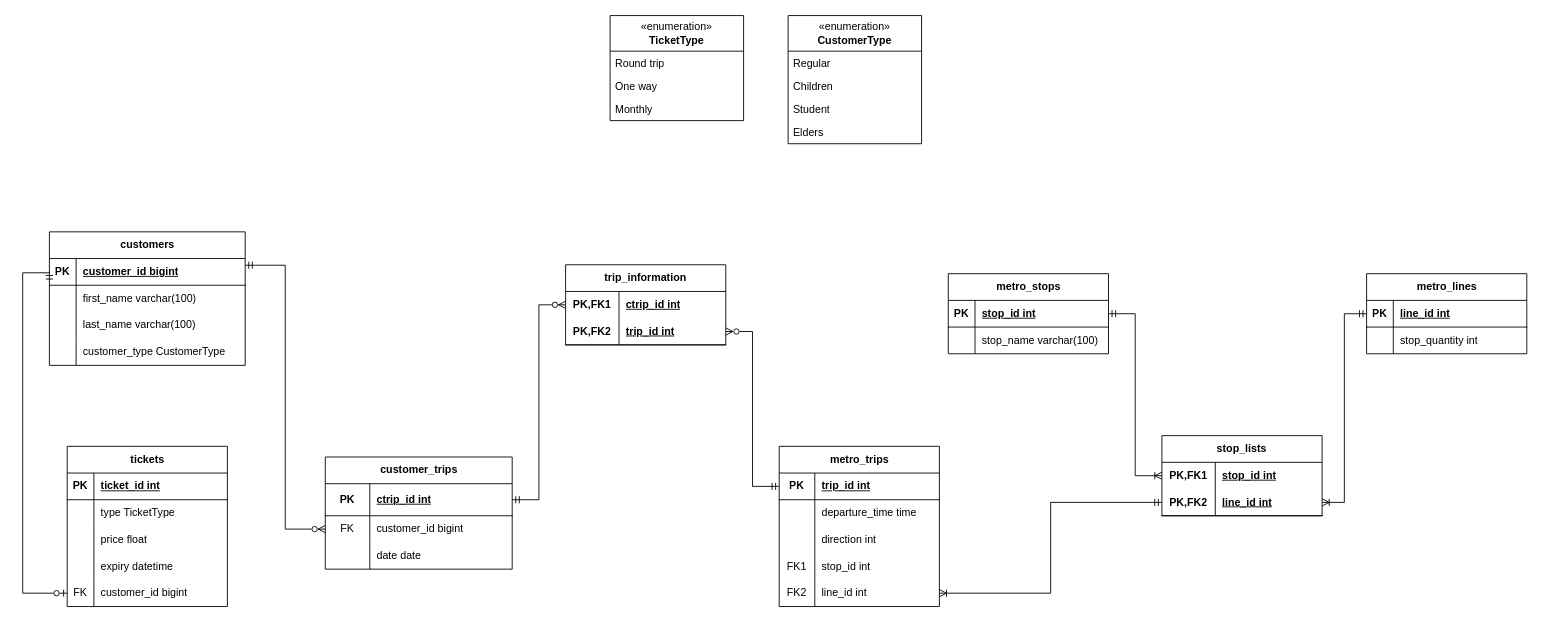
Above: page "ER" (2 of 3) of metro_project.drawio in emochivo/the_metro_project (draw.io), before the change. Source tidied: cells renumbered, new cells numbered last; positions are measured from the earlier drawing's top-left corner, leaving out a move shared by most shapes. Both pictures are drawn from the tidied source at 89%, with x=0, y=0 at pixel (22, 15).
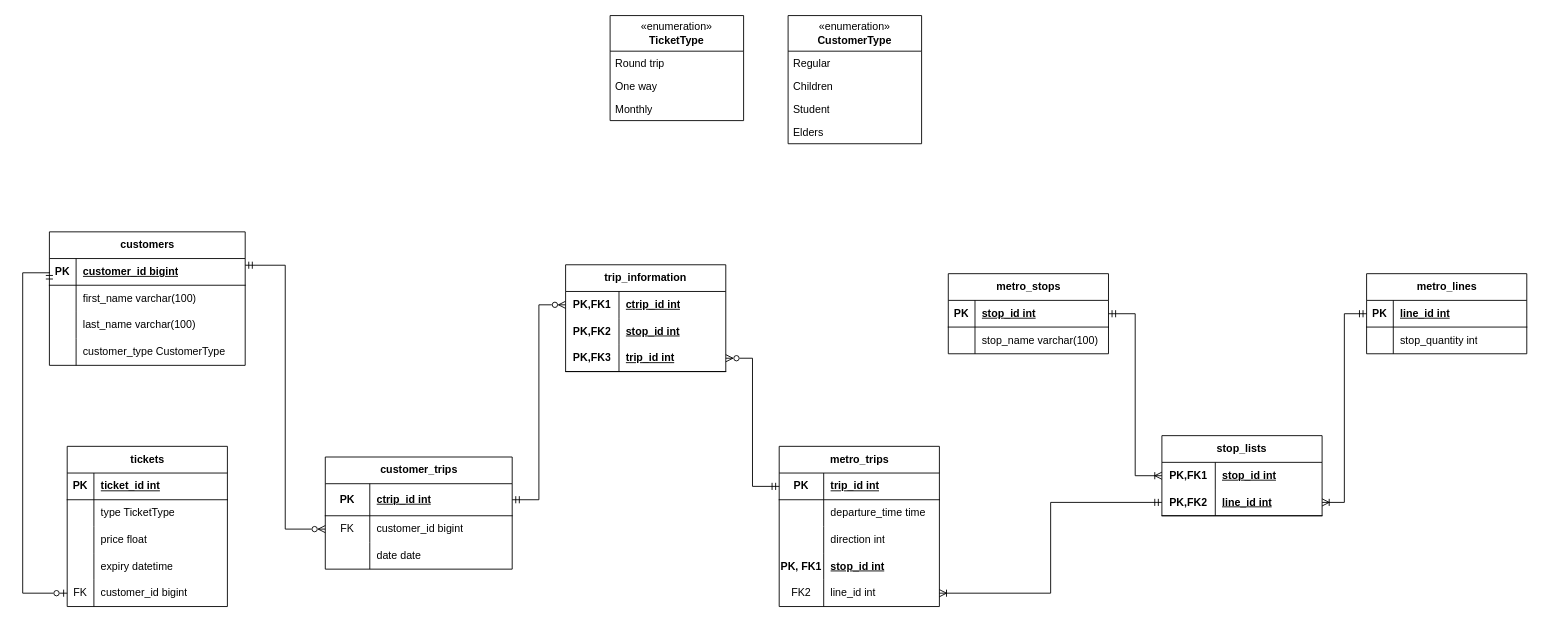
After the change.

Unchanged cells that the change refers to:
```xml
<mxCell id="42" style="shape=tableRow;horizontal=0;startSize=0;swimlaneHead=0;swimlaneBody=0;fillColor=none;points=[[0,0.5],[1,0.5]];portConstraint=eastwest;top=0;left=0;right=0;bottom=1;" parent="41" vertex="1">
  <mxGeometry y="30" width="180" height="30" as="geometry" />
</mxCell>
<mxCell id="45" style="shape=tableRow;horizontal=0;startSize=0;swimlaneHead=0;swimlaneBody=0;fillColor=none;top=0;left=0;right=0;bottom=0;" parent="41" vertex="1">
  <mxGeometry y="60" width="180" height="30" as="geometry" />
</mxCell>
<mxCell id="48" style="shape=tableRow;horizontal=0;startSize=0;swimlaneHead=0;swimlaneBody=0;fillColor=none;top=0;left=0;right=0;bottom=0;" parent="41" vertex="1">
  <mxGeometry y="90" width="180" height="30" as="geometry" />
</mxCell>
<mxCell id="51" style="shape=tableRow;horizontal=0;startSize=0;swimlaneHead=0;swimlaneBody=0;fillColor=none;top=0;left=0;right=0;bottom=0;" parent="41" vertex="1">
  <mxGeometry y="120" width="180" height="30" as="geometry" />
</mxCell>
<mxCell id="54" style="shape=tableRow;horizontal=0;startSize=0;swimlaneHead=0;swimlaneBody=0;fillColor=none;points=[[0,0.5],[1,0.5]];portConstraint=eastwest;top=0;left=0;right=0;bottom=0;" parent="41" vertex="1">
  <mxGeometry y="150" width="180" height="30" as="geometry" />
</mxCell>
```

Diff of the diagram source:
```diff
@@
     <mxCell id="43" value="PK" style="shape=partialRectangle;fillColor=none;top=0;left=0;bottom=0;right=0;fontStyle=1;overflow=hidden;whiteSpace=wrap;html=1;" parent="42" vertex="1">
-      <mxGeometry width="40" height="30" as="geometry" />
+      <mxGeometry width="50" height="30" as="geometry" />
     </mxCell>
     <mxCell id="44" value="trip_id int" style="shape=partialRectangle;fillColor=none;top=0;left=0;bottom=0;right=0;align=left;spacingLeft=6;fontStyle=5;overflow=hidden;whiteSpace=wrap;html=1;" parent="42" vertex="1">
-      <mxGeometry x="40" width="140" height="30" as="geometry" />
+      <mxGeometry x="50" width="130" height="30" as="geometry" />
     </mxCell>
@@
     <mxCell id="46" style="shape=partialRectangle;fillColor=none;top=0;left=0;bottom=0;right=0;overflow=hidden;whiteSpace=wrap;html=1;" parent="45" vertex="1">
-      <mxGeometry width="40" height="30" as="geometry" />
+      <mxGeometry width="50" height="30" as="geometry" />
     </mxCell>
     <mxCell id="47" value="departure_time time" style="shape=partialRectangle;fillColor=none;top=0;left=0;bottom=0;right=0;align=left;spacingLeft=6;overflow=hidden;whiteSpace=wrap;html=1;" parent="45" vertex="1">
-      <mxGeometry x="40" width="140" height="30" as="geometry" />
+      <mxGeometry x="50" width="130" height="30" as="geometry" />
     </mxCell>
@@
     <mxCell id="49" style="shape=partialRectangle;fillColor=none;top=0;left=0;bottom=0;right=0;overflow=hidden;whiteSpace=wrap;html=1;" parent="48" vertex="1">
-      <mxGeometry width="40" height="30" as="geometry" />
+      <mxGeometry width="50" height="30" as="geometry" />
     </mxCell>
     <mxCell id="50" value="direction int" style="shape=partialRectangle;fillColor=none;top=0;left=0;bottom=0;right=0;align=left;spacingLeft=6;overflow=hidden;whiteSpace=wrap;html=1;" parent="48" vertex="1">
-      <mxGeometry x="40" width="140" height="30" as="geometry" />
+      <mxGeometry x="50" width="130" height="30" as="geometry" />
     </mxCell>
@@
-    <mxCell id="52" value="FK1" style="shape=partialRectangle;fillColor=none;top=0;left=0;bottom=0;right=0;overflow=hidden;whiteSpace=wrap;html=1;" parent="51" vertex="1">
-      <mxGeometry width="40" height="30" as="geometry" />
+    <mxCell id="52" value="PK, FK1" style="shape=partialRectangle;fillColor=none;top=0;left=0;bottom=0;right=0;overflow=hidden;whiteSpace=wrap;html=1;fontStyle=1;" parent="51" vertex="1">
+      <mxGeometry width="50" height="30" as="geometry" />
     </mxCell>
-    <mxCell id="53" value="stop_id int" style="shape=partialRectangle;fillColor=none;top=0;left=0;bottom=0;right=0;align=left;spacingLeft=6;overflow=hidden;whiteSpace=wrap;html=1;" parent="51" vertex="1">
-      <mxGeometry x="40" width="140" height="30" as="geometry" />
+    <mxCell id="53" value="stop_id int" style="shape=partialRectangle;fillColor=none;top=0;left=0;bottom=0;right=0;align=left;spacingLeft=6;overflow=hidden;whiteSpace=wrap;html=1;fontStyle=5;" parent="51" vertex="1">
+      <mxGeometry x="50" width="130" height="30" as="geometry" />
     </mxCell>
@@
     <mxCell id="55" value="FK2" style="shape=partialRectangle;fillColor=none;top=0;left=0;bottom=0;right=0;overflow=hidden;whiteSpace=wrap;html=1;" parent="54" vertex="1">
-      <mxGeometry width="40" height="30" as="geometry" />
+      <mxGeometry width="50" height="30" as="geometry" />
     </mxCell>
     <mxCell id="56" value="line_id int" style="shape=partialRectangle;fillColor=none;top=0;left=0;bottom=0;right=0;align=left;spacingLeft=6;overflow=hidden;whiteSpace=wrap;html=1;" parent="54" vertex="1">
-      <mxGeometry x="40" width="140" height="30" as="geometry" />
+      <mxGeometry x="50" width="130" height="30" as="geometry" />
     </mxCell>
@@
     <mxCell id="82" value="trip_information" style="shape=table;startSize=30;childLayout=tableLayout;rowLines=0;fontStyle=1;align=center;html=1;whiteSpace=wrap;" parent="1" vertex="1">
-      <mxGeometry x="610" y="280" width="180" height="90" as="geometry" />
+      <mxGeometry x="610" y="280" width="180" height="120" as="geometry" />
     </mxCell>
@@
+    <mxCell id="101" style="shape=tableRow;horizontal=0;startSize=0;swimlaneHead=0;swimlaneBody=0;fillColor=none;top=0;left=0;right=0;bottom=0;html=1;" parent="82" vertex="1">
+      <mxGeometry y="60" width="180" height="30" as="geometry" />
+    </mxCell>
+    <mxCell id="102" value="PK,FK2" style="shape=partialRectangle;fillColor=none;top=0;left=0;bottom=0;right=0;fontStyle=1;overflow=hidden;html=1;whiteSpace=wrap;" parent="101" vertex="1">
+      <mxGeometry width="60" height="30" as="geometry" />
+    </mxCell>
+    <mxCell id="103" value="stop_id int" style="shape=partialRectangle;fillColor=none;top=0;left=0;bottom=0;right=0;align=left;spacingLeft=6;fontStyle=5;overflow=hidden;html=1;whiteSpace=wrap;" parent="101" vertex="1">
+      <mxGeometry x="60" width="120" height="30" as="geometry" />
+    </mxCell>
     <mxCell id="86" style="shape=tableRow;horizontal=0;startSize=0;swimlaneHead=0;swimlaneBody=0;fillColor=none;points=[[0,0.5],[1,0.5]];portConstraint=eastwest;top=0;left=0;right=0;bottom=1;html=1;" parent="82" vertex="1">
-      <mxGeometry y="60" width="180" height="30" as="geometry" />
+      <mxGeometry y="90" width="180" height="30" as="geometry" />
     </mxCell>
-    <mxCell id="87" value="PK,FK2" style="shape=partialRectangle;fillColor=none;top=0;left=0;bottom=0;right=0;fontStyle=1;overflow=hidden;html=1;whiteSpace=wrap;" parent="86" vertex="1">
+    <mxCell id="87" value="PK,FK3" style="shape=partialRectangle;fillColor=none;top=0;left=0;bottom=0;right=0;fontStyle=1;overflow=hidden;html=1;whiteSpace=wrap;" parent="86" vertex="1">
       <mxGeometry width="60" height="30" as="geometry" />
     </mxCell>
```
